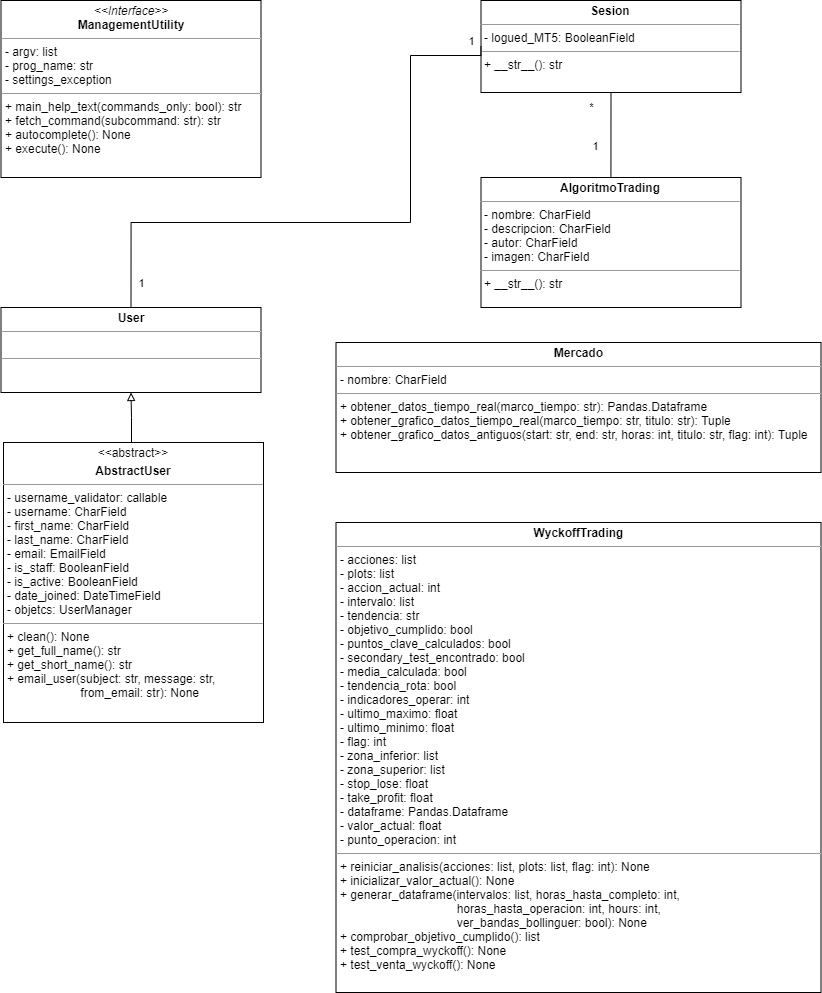
This is Memoria/imagenes/diagrama_clases.png from mcarmona99/TFG, a draw.io export, as it was before one commit. Source tidied: cells renumbered, new cells last; positions are measured from the earlier drawing's top-left corner, leaving out a move shared by most shapes.
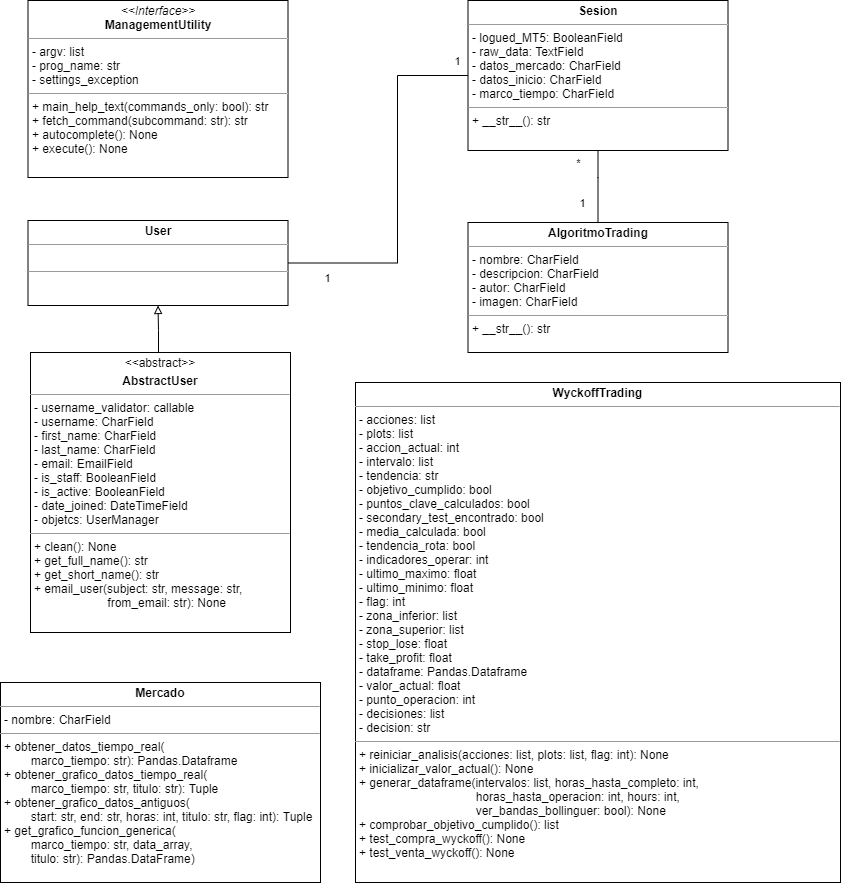
After the change.

Change to the diagram source:
```diff
@@ -3,7 +3,7 @@
     <mxCell id="0" />
     <mxCell id="1" parent="0" />
     <mxCell id="2" value="&lt;p style=&quot;margin: 0px ; margin-top: 4px ; text-align: center&quot;&gt;&lt;i&gt;&amp;lt;&amp;lt;Interface&amp;gt;&amp;gt;&lt;/i&gt;&lt;br&gt;&lt;b&gt;ManagementUtility&lt;/b&gt;&lt;/p&gt;&lt;hr size=&quot;1&quot;&gt;&lt;p style=&quot;margin: 0px ; margin-left: 4px&quot;&gt;- argv: list&lt;/p&gt;&lt;p style=&quot;margin: 0px ; margin-left: 4px&quot;&gt;- prog_name: str&lt;/p&gt;&lt;p style=&quot;margin: 0px ; margin-left: 4px&quot;&gt;- settings_exception&lt;/p&gt;&lt;hr size=&quot;1&quot;&gt;&lt;p style=&quot;margin: 0px ; margin-left: 4px&quot;&gt;+ main_help_text(commands_only: bool): str&lt;/p&gt;&lt;p style=&quot;margin: 0px ; margin-left: 4px&quot;&gt;+ fetch_command(subcommand: str): str&lt;/p&gt;&lt;p style=&quot;margin: 0px ; margin-left: 4px&quot;&gt;+ autocomplete(): None&lt;/p&gt;&lt;p style=&quot;margin: 0px ; margin-left: 4px&quot;&gt;+ execute(): None&lt;/p&gt;" style="verticalAlign=top;align=left;overflow=fill;fontSize=12;fontFamily=Helvetica;html=1;rounded=0;shadow=0;comic=0;labelBackgroundColor=none;strokeWidth=1;" parent="1" vertex="1">
-      <mxGeometry x="-0.5" width="260" height="177" as="geometry" />
+      <mxGeometry x="39.5" width="260" height="177" as="geometry" />
     </mxCell>
     <mxCell id="3" style="edgeStyle=orthogonalEdgeStyle;rounded=0;jettySize=auto;html=1;exitX=0.5;exitY=1;exitDx=0;exitDy=0;entryX=0.5;entryY=0;entryDx=0;entryDy=0;endArrow=none;endFill=0;" parent="1" edge="1" source="6" target="7">
       <mxGeometry relative="1" as="geometry">
@@ -14,7 +14,7 @@
     </mxCell>
     <mxCell id="4" value="1" style="edgeLabel;html=1;align=center;verticalAlign=middle;" parent="3" vertex="1">
       <mxGeometry x="0.81" y="-1" relative="1" as="geometry">
-        <mxPoint x="-15" y="-24" as="offset" />
+        <mxPoint x="-15" y="-13" as="offset" />
       </mxGeometry>
     </mxCell>
     <mxCell id="5" value="*" style="edgeLabel;html=1;align=center;verticalAlign=middle;" parent="3" vertex="1">
@@ -22,18 +22,17 @@
         <mxPoint x="-16" y="4" as="offset" />
       </mxGeometry>
     </mxCell>
-    <mxCell id="6" value="&lt;p style=&quot;margin: 0px ; margin-top: 4px ; text-align: center&quot;&gt;&lt;b&gt;Sesion&lt;/b&gt;&lt;/p&gt;&lt;hr size=&quot;1&quot;&gt;&lt;p style=&quot;margin: 0px ; margin-left: 4px&quot;&gt;&lt;span&gt;- logued_MT5: BooleanField&lt;/span&gt;&lt;br&gt;&lt;/p&gt;&lt;hr size=&quot;1&quot;&gt;&lt;p style=&quot;margin: 0px ; margin-left: 4px&quot;&gt;+ __str__(): str&lt;/p&gt;" style="verticalAlign=top;align=left;overflow=fill;fontSize=12;fontFamily=Helvetica;html=1;rounded=0;shadow=0;comic=0;labelBackgroundColor=none;strokeWidth=1;" parent="1" vertex="1">
-      <mxGeometry x="479.5" width="260" height="92" as="geometry" />
+    <mxCell id="6" value="&lt;p style=&quot;margin: 0px ; margin-top: 4px ; text-align: center&quot;&gt;&lt;b&gt;Sesion&lt;/b&gt;&lt;/p&gt;&lt;hr size=&quot;1&quot;&gt;&lt;p style=&quot;margin: 0px ; margin-left: 4px&quot;&gt;&lt;span&gt;- logued_MT5: BooleanField&lt;/span&gt;&lt;br&gt;&lt;/p&gt;&lt;p style=&quot;margin: 0px ; margin-left: 4px&quot;&gt;&lt;span&gt;- raw_data: TextField&lt;/span&gt;&lt;/p&gt;&lt;p style=&quot;margin: 0px ; margin-left: 4px&quot;&gt;&lt;span&gt;- datos_mercado: CharField&lt;/span&gt;&lt;/p&gt;&lt;p style=&quot;margin: 0px ; margin-left: 4px&quot;&gt;&lt;span&gt;- datos_inicio: CharField&lt;/span&gt;&lt;/p&gt;&lt;p style=&quot;margin: 0px ; margin-left: 4px&quot;&gt;&lt;span&gt;- marco_tiempo: CharField&lt;/span&gt;&lt;/p&gt;&lt;hr size=&quot;1&quot;&gt;&lt;p style=&quot;margin: 0px ; margin-left: 4px&quot;&gt;+ __str__(): str&lt;/p&gt;" style="verticalAlign=top;align=left;overflow=fill;fontSize=12;fontFamily=Helvetica;html=1;rounded=0;shadow=0;comic=0;labelBackgroundColor=none;strokeWidth=1;" parent="1" vertex="1">
+      <mxGeometry x="479.5" width="260" height="150" as="geometry" />
     </mxCell>
     <mxCell id="7" value="&lt;p style=&quot;margin: 0px ; margin-top: 4px ; text-align: center&quot;&gt;&lt;b&gt;AlgoritmoTrading&lt;/b&gt;&lt;/p&gt;&lt;hr size=&quot;1&quot;&gt;&lt;p style=&quot;margin: 0px ; margin-left: 4px&quot;&gt;- nombre: CharField&lt;/p&gt;&lt;p style=&quot;margin: 0px ; margin-left: 4px&quot;&gt;- descripcion: CharField&lt;/p&gt;&lt;p style=&quot;margin: 0px ; margin-left: 4px&quot;&gt;- autor: CharField&lt;/p&gt;&lt;p style=&quot;margin: 0px ; margin-left: 4px&quot;&gt;- imagen: CharField&lt;/p&gt;&lt;hr size=&quot;1&quot;&gt;&lt;p style=&quot;margin: 0px ; margin-left: 4px&quot;&gt;+ __str__(): str&lt;/p&gt;" style="verticalAlign=top;align=left;overflow=fill;fontSize=12;fontFamily=Helvetica;html=1;rounded=0;shadow=0;comic=0;labelBackgroundColor=none;strokeWidth=1;" parent="1" vertex="1">
-      <mxGeometry x="479.5" y="177" width="260" height="130" as="geometry" />
+      <mxGeometry x="479.5" y="222" width="260" height="130" as="geometry" />
     </mxCell>
-    <mxCell id="8" style="edgeStyle=orthogonalEdgeStyle;rounded=0;jettySize=auto;html=1;exitX=0.5;exitY=0;exitDx=0;exitDy=0;entryX=0;entryY=0.5;entryDx=0;entryDy=0;endArrow=none;endFill=0;" parent="1" edge="1" source="11" target="6">
+    <mxCell id="8" style="edgeStyle=orthogonalEdgeStyle;rounded=0;jettySize=auto;html=1;exitX=1;exitY=0.5;exitDx=0;exitDy=0;entryX=0;entryY=0.5;entryDx=0;entryDy=0;endArrow=none;endFill=0;" parent="1" edge="1" source="11" target="6">
       <mxGeometry relative="1" as="geometry">
         <Array as="points">
-          <mxPoint x="130" y="222" />
-          <mxPoint x="409" y="222" />
-          <mxPoint x="409" y="55" />
+          <mxPoint x="409" y="263" />
+          <mxPoint x="409" y="75" />
         </Array>
       </mxGeometry>
     </mxCell>
@@ -48,24 +47,25 @@
       </mxGeometry>
     </mxCell>
     <mxCell id="11" value="&lt;p style=&quot;margin: 0px ; margin-top: 4px ; text-align: center&quot;&gt;&lt;b&gt;User&lt;/b&gt;&lt;/p&gt;&lt;hr size=&quot;1&quot;&gt;&lt;p style=&quot;margin: 0px ; margin-left: 4px&quot;&gt;&lt;br&gt;&lt;/p&gt;&lt;hr size=&quot;1&quot;&gt;&lt;p style=&quot;margin: 0px ; margin-left: 4px&quot;&gt;&lt;br&gt;&lt;/p&gt;" style="verticalAlign=top;align=left;overflow=fill;fontSize=12;fontFamily=Helvetica;html=1;rounded=0;shadow=0;comic=0;labelBackgroundColor=none;strokeWidth=1;" parent="1" vertex="1">
-      <mxGeometry x="-0.5" y="307" width="260" height="85" as="geometry" />
+      <mxGeometry x="39.5" y="220" width="260" height="85" as="geometry" />
     </mxCell>
-    <mxCell id="12" style="edgeStyle=orthogonalEdgeStyle;rounded=0;jettySize=auto;html=1;exitX=0.5;exitY=0;exitDx=0;exitDy=0;entryX=0.5;entryY=1;entryDx=0;entryDy=0;endArrow=block;endFill=0;" parent="1" edge="1" source="13" target="11">
+    <mxCell id="12" style="edgeStyle=orthogonalEdgeStyle;rounded=0;jettySize=auto;html=1;exitX=0.5;exitY=0;exitDx=0;exitDy=0;entryX=0.5;entryY=1;entryDx=0;entryDy=0;endArrow=block;endFill=0;" parent="1" edge="1" target="11">
       <mxGeometry relative="1" as="geometry">
+        <mxPoint x="172" y="355" as="sourcePoint" />
         <Array as="points">
-          <mxPoint x="130" y="442" />
-          <mxPoint x="130" y="417" />
+          <mxPoint x="170" y="355" />
+          <mxPoint x="170" y="330" />
         </Array>
       </mxGeometry>
     </mxCell>
     <mxCell id="13" value="&lt;p style=&quot;margin: 0px ; margin-top: 4px ; text-align: center&quot;&gt;&amp;lt;&amp;lt;abstract&amp;gt;&amp;gt;&lt;/p&gt;&lt;p style=&quot;margin: 0px ; margin-top: 4px ; text-align: center&quot;&gt;&lt;b&gt;AbstractUser&lt;/b&gt;&lt;/p&gt;&lt;hr size=&quot;1&quot;&gt;&lt;p style=&quot;margin: 0px ; margin-left: 4px&quot;&gt;- username_validator: callable&lt;/p&gt;&lt;p style=&quot;margin: 0px ; margin-left: 4px&quot;&gt;- username: CharField&lt;/p&gt;&lt;p style=&quot;margin: 0px ; margin-left: 4px&quot;&gt;- first_name: CharField&lt;/p&gt;&lt;p style=&quot;margin: 0px ; margin-left: 4px&quot;&gt;- last_name: CharField&lt;/p&gt;&lt;p style=&quot;margin: 0px ; margin-left: 4px&quot;&gt;&lt;span&gt;- email: EmailField&lt;/span&gt;&lt;/p&gt;&lt;p style=&quot;margin: 0px ; margin-left: 4px&quot;&gt;&lt;span&gt;- is_staff: BooleanField&lt;/span&gt;&lt;/p&gt;&lt;p style=&quot;margin: 0px ; margin-left: 4px&quot;&gt;&lt;span&gt;- is_active: BooleanField&lt;/span&gt;&lt;/p&gt;&lt;p style=&quot;margin: 0px ; margin-left: 4px&quot;&gt;&lt;span&gt;- date_joined: DateTimeField&lt;/span&gt;&lt;/p&gt;&lt;p style=&quot;margin: 0px ; margin-left: 4px&quot;&gt;&lt;span&gt;- objetcs: UserManager&lt;/span&gt;&lt;/p&gt;&lt;hr size=&quot;1&quot;&gt;&lt;p style=&quot;margin: 0px ; margin-left: 4px&quot;&gt;+ clean(): None&lt;/p&gt;&lt;p style=&quot;margin: 0px ; margin-left: 4px&quot;&gt;+ get_full_name(): str&lt;/p&gt;&lt;p style=&quot;margin: 0px ; margin-left: 4px&quot;&gt;+ get_short_name(): str&lt;/p&gt;&lt;p style=&quot;margin: 0px ; margin-left: 4px&quot;&gt;+ email_user(subject: str, message: str,&amp;nbsp;&lt;/p&gt;&lt;p style=&quot;margin: 0px ; margin-left: 4px&quot;&gt;&amp;nbsp; &amp;nbsp; &amp;nbsp; &amp;nbsp; &amp;nbsp; &amp;nbsp; &amp;nbsp; &amp;nbsp; &amp;nbsp; &amp;nbsp; &amp;nbsp; from_email: str): None&lt;/p&gt;" style="verticalAlign=top;align=left;overflow=fill;fontSize=12;fontFamily=Helvetica;html=1;rounded=0;shadow=0;comic=0;labelBackgroundColor=none;strokeWidth=1;" parent="1" vertex="1">
-      <mxGeometry x="2" y="442" width="260" height="280" as="geometry" />
+      <mxGeometry x="42" y="352" width="260" height="280" as="geometry" />
     </mxCell>
-    <mxCell id="14" value="&lt;p style=&quot;margin: 0px ; margin-top: 4px ; text-align: center&quot;&gt;&lt;b&gt;Mercado&lt;/b&gt;&lt;/p&gt;&lt;hr size=&quot;1&quot;&gt;&lt;p style=&quot;margin: 0px ; margin-left: 4px&quot;&gt;- nombre: CharField&lt;/p&gt;&lt;hr size=&quot;1&quot;&gt;&lt;p style=&quot;margin: 0px ; margin-left: 4px&quot;&gt;+ obtener_datos_tiempo_real(marco_tiempo: str): Pandas.Dataframe&lt;/p&gt;&lt;p style=&quot;margin: 0px ; margin-left: 4px&quot;&gt;+ obtener_grafico_datos_tiempo_real(marco_tiempo: str, titulo: str): Tuple&lt;/p&gt;&lt;p style=&quot;margin: 0px ; margin-left: 4px&quot;&gt;+ obtener_grafico_datos_antiguos(start: str, end: str, horas: int, titulo: str, flag: int): Tuple&lt;/p&gt;" style="verticalAlign=top;align=left;overflow=fill;fontSize=12;fontFamily=Helvetica;html=1;rounded=0;shadow=0;comic=0;labelBackgroundColor=none;strokeWidth=1;" parent="1" vertex="1">
-      <mxGeometry x="334.5" y="342" width="485" height="130" as="geometry" />
+    <mxCell id="14" value="&lt;p style=&quot;margin: 0px ; margin-top: 4px ; text-align: center&quot;&gt;&lt;b&gt;Mercado&lt;/b&gt;&lt;/p&gt;&lt;hr size=&quot;1&quot;&gt;&lt;p style=&quot;margin: 0px ; margin-left: 4px&quot;&gt;- nombre: CharField&lt;/p&gt;&lt;hr size=&quot;1&quot;&gt;&lt;p style=&quot;margin: 0px ; margin-left: 4px&quot;&gt;+ obtener_datos_tiempo_real(&lt;/p&gt;&lt;p style=&quot;margin: 0px ; margin-left: 4px&quot;&gt;&lt;span style=&quot;white-space: pre&quot;&gt;&#9;&lt;/span&gt;marco_tiempo: str): Pandas.Dataframe&lt;/p&gt;&lt;p style=&quot;margin: 0px ; margin-left: 4px&quot;&gt;+ obtener_grafico_datos_tiempo_real(&lt;/p&gt;&lt;p style=&quot;margin: 0px ; margin-left: 4px&quot;&gt;&lt;span style=&quot;white-space: pre&quot;&gt;&#9;&lt;/span&gt;marco_tiempo: str, titulo: str): Tuple&lt;/p&gt;&lt;p style=&quot;margin: 0px ; margin-left: 4px&quot;&gt;+ obtener_grafico_datos_antiguos(&lt;/p&gt;&lt;p style=&quot;margin: 0px ; margin-left: 4px&quot;&gt;&lt;span style=&quot;white-space: pre&quot;&gt;&#9;&lt;/span&gt;start: str, end: str, horas: int, titulo: str, flag: int): Tuple&lt;/p&gt;&lt;p style=&quot;margin: 0px ; margin-left: 4px&quot;&gt;+ get_grafico_funcion_generica(&lt;/p&gt;&lt;p style=&quot;margin: 0px ; margin-left: 4px&quot;&gt;&lt;span style=&quot;white-space: pre&quot;&gt;&#9;&lt;/span&gt;marco_tiempo: str, data_array,&amp;nbsp;&lt;/p&gt;&lt;p style=&quot;margin: 0px ; margin-left: 4px&quot;&gt;&lt;span style=&quot;white-space: pre&quot;&gt;&#9;&lt;/span&gt;titulo: str): Pandas.DataFrame)&lt;br&gt;&lt;/p&gt;" style="verticalAlign=top;align=left;overflow=fill;fontSize=12;fontFamily=Helvetica;html=1;rounded=0;shadow=0;comic=0;labelBackgroundColor=none;strokeWidth=1;" parent="1" vertex="1">
+      <mxGeometry x="12" y="682" width="320" height="200" as="geometry" />
     </mxCell>
-    <mxCell id="15" value="&lt;p style=&quot;margin: 0px ; margin-top: 4px ; text-align: center&quot;&gt;&lt;b&gt;WyckoffTrading&lt;/b&gt;&lt;/p&gt;&lt;hr size=&quot;1&quot;&gt;&lt;p style=&quot;margin: 0px ; margin-left: 4px&quot;&gt;- acciones: list&lt;/p&gt;&lt;p style=&quot;margin: 0px ; margin-left: 4px&quot;&gt;- plots: list&lt;/p&gt;&lt;p style=&quot;margin: 0px ; margin-left: 4px&quot;&gt;- accion_actual: int&lt;/p&gt;&lt;p style=&quot;margin: 0px ; margin-left: 4px&quot;&gt;- intervalo: list&lt;/p&gt;&lt;p style=&quot;margin: 0px ; margin-left: 4px&quot;&gt;- tendencia: str&lt;/p&gt;&lt;p style=&quot;margin: 0px ; margin-left: 4px&quot;&gt;- objetivo_cumplido: bool&lt;/p&gt;&lt;p style=&quot;margin: 0px ; margin-left: 4px&quot;&gt;- puntos_clave_calculados: bool&lt;/p&gt;&lt;p style=&quot;margin: 0px ; margin-left: 4px&quot;&gt;- secondary_test_encontrado: bool&lt;/p&gt;&lt;p style=&quot;margin: 0px ; margin-left: 4px&quot;&gt;- media_calculada: bool&lt;/p&gt;&lt;p style=&quot;margin: 0px ; margin-left: 4px&quot;&gt;- tendencia_rota: bool&lt;/p&gt;&lt;p style=&quot;margin: 0px ; margin-left: 4px&quot;&gt;- indicadores_operar: int&lt;/p&gt;&lt;p style=&quot;margin: 0px ; margin-left: 4px&quot;&gt;- ultimo_maximo: float&lt;/p&gt;&lt;p style=&quot;margin: 0px ; margin-left: 4px&quot;&gt;- ultimo_minimo: float&lt;/p&gt;&lt;p style=&quot;margin: 0px ; margin-left: 4px&quot;&gt;- flag: int&lt;/p&gt;&lt;p style=&quot;margin: 0px ; margin-left: 4px&quot;&gt;- zona_inferior: list&lt;/p&gt;&lt;p style=&quot;margin: 0px ; margin-left: 4px&quot;&gt;- zona_superior: list&lt;/p&gt;&lt;p style=&quot;margin: 0px ; margin-left: 4px&quot;&gt;- stop_lose: float&lt;/p&gt;&lt;p style=&quot;margin: 0px ; margin-left: 4px&quot;&gt;- take_profit: float&lt;/p&gt;&lt;p style=&quot;margin: 0px ; margin-left: 4px&quot;&gt;- dataframe: Pandas.Dataframe&lt;/p&gt;&lt;p style=&quot;margin: 0px ; margin-left: 4px&quot;&gt;- valor_actual: float&lt;/p&gt;&lt;p style=&quot;margin: 0px ; margin-left: 4px&quot;&gt;- punto_operacion: int&lt;/p&gt;&lt;hr size=&quot;1&quot;&gt;&lt;p style=&quot;margin: 0px ; margin-left: 4px&quot;&gt;+ reiniciar_analisis(acciones: list, plots: list, flag: int): None&lt;/p&gt;&lt;p style=&quot;margin: 0px ; margin-left: 4px&quot;&gt;+ inicializar_valor_actual(): None&lt;/p&gt;&lt;p style=&quot;margin: 0px ; margin-left: 4px&quot;&gt;+ generar_dataframe(intervalos: list, horas_hasta_completo: int,&amp;nbsp;&lt;/p&gt;&lt;p style=&quot;margin: 0px ; margin-left: 4px&quot;&gt;&amp;nbsp; &amp;nbsp; &amp;nbsp; &amp;nbsp; &amp;nbsp; &amp;nbsp; &amp;nbsp; &amp;nbsp; &amp;nbsp; &amp;nbsp; &amp;nbsp; &amp;nbsp; &amp;nbsp; &amp;nbsp; &amp;nbsp; &amp;nbsp; &amp;nbsp; &amp;nbsp;horas_hasta_operacion: int, hours: int,&lt;/p&gt;&lt;p style=&quot;margin: 0px ; margin-left: 4px&quot;&gt;&amp;nbsp; &amp;nbsp; &amp;nbsp; &amp;nbsp; &amp;nbsp; &amp;nbsp; &amp;nbsp; &amp;nbsp; &amp;nbsp; &amp;nbsp; &amp;nbsp; &amp;nbsp; &amp;nbsp; &amp;nbsp; &amp;nbsp; &amp;nbsp; &amp;nbsp; &amp;nbsp;ver_bandas_bollinguer: bool): None&lt;/p&gt;&lt;p style=&quot;margin: 0px ; margin-left: 4px&quot;&gt;+ comprobar_objetivo_cumplido(): list&lt;/p&gt;&lt;p style=&quot;margin: 0px ; margin-left: 4px&quot;&gt;+ test_compra_wyckoff(): None&lt;/p&gt;&lt;p style=&quot;margin: 0px ; margin-left: 4px&quot;&gt;+ test_venta_wyckoff(): None&lt;/p&gt;" style="verticalAlign=top;align=left;overflow=fill;fontSize=12;fontFamily=Helvetica;html=1;rounded=0;shadow=0;comic=0;labelBackgroundColor=none;strokeWidth=1;" parent="1" vertex="1">
-      <mxGeometry x="334.5" y="522" width="485" height="470" as="geometry" />
+    <mxCell id="15" value="&lt;p style=&quot;margin: 0px ; margin-top: 4px ; text-align: center&quot;&gt;&lt;b&gt;WyckoffTrading&lt;/b&gt;&lt;/p&gt;&lt;hr size=&quot;1&quot;&gt;&lt;p style=&quot;margin: 0px ; margin-left: 4px&quot;&gt;- acciones: list&lt;/p&gt;&lt;p style=&quot;margin: 0px ; margin-left: 4px&quot;&gt;- plots: list&lt;/p&gt;&lt;p style=&quot;margin: 0px ; margin-left: 4px&quot;&gt;- accion_actual: int&lt;/p&gt;&lt;p style=&quot;margin: 0px ; margin-left: 4px&quot;&gt;- intervalo: list&lt;/p&gt;&lt;p style=&quot;margin: 0px ; margin-left: 4px&quot;&gt;- tendencia: str&lt;/p&gt;&lt;p style=&quot;margin: 0px ; margin-left: 4px&quot;&gt;- objetivo_cumplido: bool&lt;/p&gt;&lt;p style=&quot;margin: 0px ; margin-left: 4px&quot;&gt;- puntos_clave_calculados: bool&lt;/p&gt;&lt;p style=&quot;margin: 0px ; margin-left: 4px&quot;&gt;- secondary_test_encontrado: bool&lt;/p&gt;&lt;p style=&quot;margin: 0px ; margin-left: 4px&quot;&gt;- media_calculada: bool&lt;/p&gt;&lt;p style=&quot;margin: 0px ; margin-left: 4px&quot;&gt;- tendencia_rota: bool&lt;/p&gt;&lt;p style=&quot;margin: 0px ; margin-left: 4px&quot;&gt;- indicadores_operar: int&lt;/p&gt;&lt;p style=&quot;margin: 0px ; margin-left: 4px&quot;&gt;- ultimo_maximo: float&lt;/p&gt;&lt;p style=&quot;margin: 0px ; margin-left: 4px&quot;&gt;- ultimo_minimo: float&lt;/p&gt;&lt;p style=&quot;margin: 0px ; margin-left: 4px&quot;&gt;- flag: int&lt;/p&gt;&lt;p style=&quot;margin: 0px ; margin-left: 4px&quot;&gt;- zona_inferior: list&lt;/p&gt;&lt;p style=&quot;margin: 0px ; margin-left: 4px&quot;&gt;- zona_superior: list&lt;/p&gt;&lt;p style=&quot;margin: 0px ; margin-left: 4px&quot;&gt;- stop_lose: float&lt;/p&gt;&lt;p style=&quot;margin: 0px ; margin-left: 4px&quot;&gt;- take_profit: float&lt;/p&gt;&lt;p style=&quot;margin: 0px ; margin-left: 4px&quot;&gt;- dataframe: Pandas.Dataframe&lt;/p&gt;&lt;p style=&quot;margin: 0px ; margin-left: 4px&quot;&gt;- valor_actual: float&lt;/p&gt;&lt;p style=&quot;margin: 0px ; margin-left: 4px&quot;&gt;- punto_operacion: int&lt;/p&gt;&lt;p style=&quot;margin: 0px ; margin-left: 4px&quot;&gt;- decisiones: list&lt;/p&gt;&lt;p style=&quot;margin: 0px ; margin-left: 4px&quot;&gt;- decision: str&lt;/p&gt;&lt;hr size=&quot;1&quot;&gt;&lt;p style=&quot;margin: 0px ; margin-left: 4px&quot;&gt;+ reiniciar_analisis(acciones: list, plots: list, flag: int): None&lt;/p&gt;&lt;p style=&quot;margin: 0px ; margin-left: 4px&quot;&gt;+ inicializar_valor_actual(): None&lt;/p&gt;&lt;p style=&quot;margin: 0px ; margin-left: 4px&quot;&gt;+ generar_dataframe(intervalos: list, horas_hasta_completo: int,&amp;nbsp;&lt;/p&gt;&lt;p style=&quot;margin: 0px ; margin-left: 4px&quot;&gt;&amp;nbsp; &amp;nbsp; &amp;nbsp; &amp;nbsp; &amp;nbsp; &amp;nbsp; &amp;nbsp; &amp;nbsp; &amp;nbsp; &amp;nbsp; &amp;nbsp; &amp;nbsp; &amp;nbsp; &amp;nbsp; &amp;nbsp; &amp;nbsp; &amp;nbsp; &amp;nbsp;horas_hasta_operacion: int, hours: int,&lt;/p&gt;&lt;p style=&quot;margin: 0px ; margin-left: 4px&quot;&gt;&amp;nbsp; &amp;nbsp; &amp;nbsp; &amp;nbsp; &amp;nbsp; &amp;nbsp; &amp;nbsp; &amp;nbsp; &amp;nbsp; &amp;nbsp; &amp;nbsp; &amp;nbsp; &amp;nbsp; &amp;nbsp; &amp;nbsp; &amp;nbsp; &amp;nbsp; &amp;nbsp;ver_bandas_bollinguer: bool): None&lt;/p&gt;&lt;p style=&quot;margin: 0px ; margin-left: 4px&quot;&gt;+ comprobar_objetivo_cumplido(): list&lt;/p&gt;&lt;p style=&quot;margin: 0px ; margin-left: 4px&quot;&gt;+ test_compra_wyckoff(): None&lt;/p&gt;&lt;p style=&quot;margin: 0px ; margin-left: 4px&quot;&gt;+ test_venta_wyckoff(): None&lt;/p&gt;" style="verticalAlign=top;align=left;overflow=fill;fontSize=12;fontFamily=Helvetica;html=1;rounded=0;shadow=0;comic=0;labelBackgroundColor=none;strokeWidth=1;" parent="1" vertex="1">
+      <mxGeometry x="367" y="382" width="485" height="500" as="geometry" />
     </mxCell>
   </root>
 </mxGraphModel>
```
